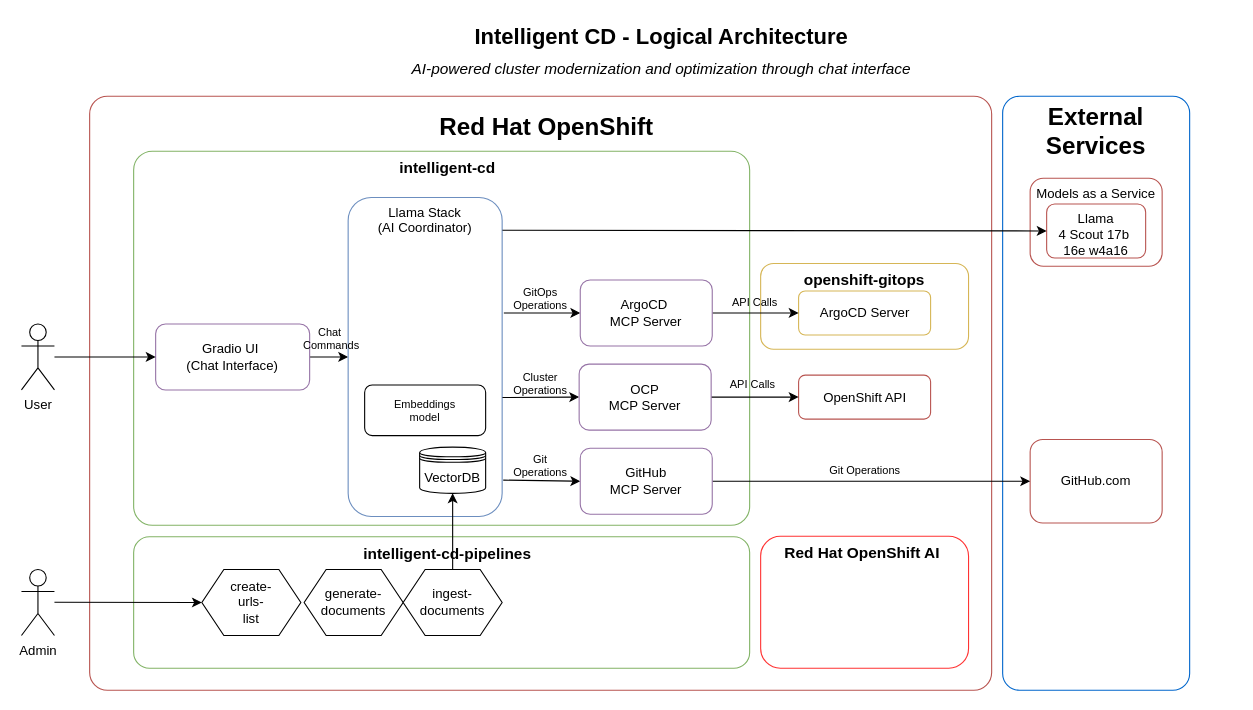
This is architecture.drawio from alvarolop/intelligent-cd, a draw.io file, before an edit. Source tidied: cells renumbered, new cells numbered last; positions are measured from the earlier drawing's top-left corner, leaving out a move shared by most shapes. Both pictures are drawn from the tidied source at 110%, with x=0, y=0 at pixel (21, 19).
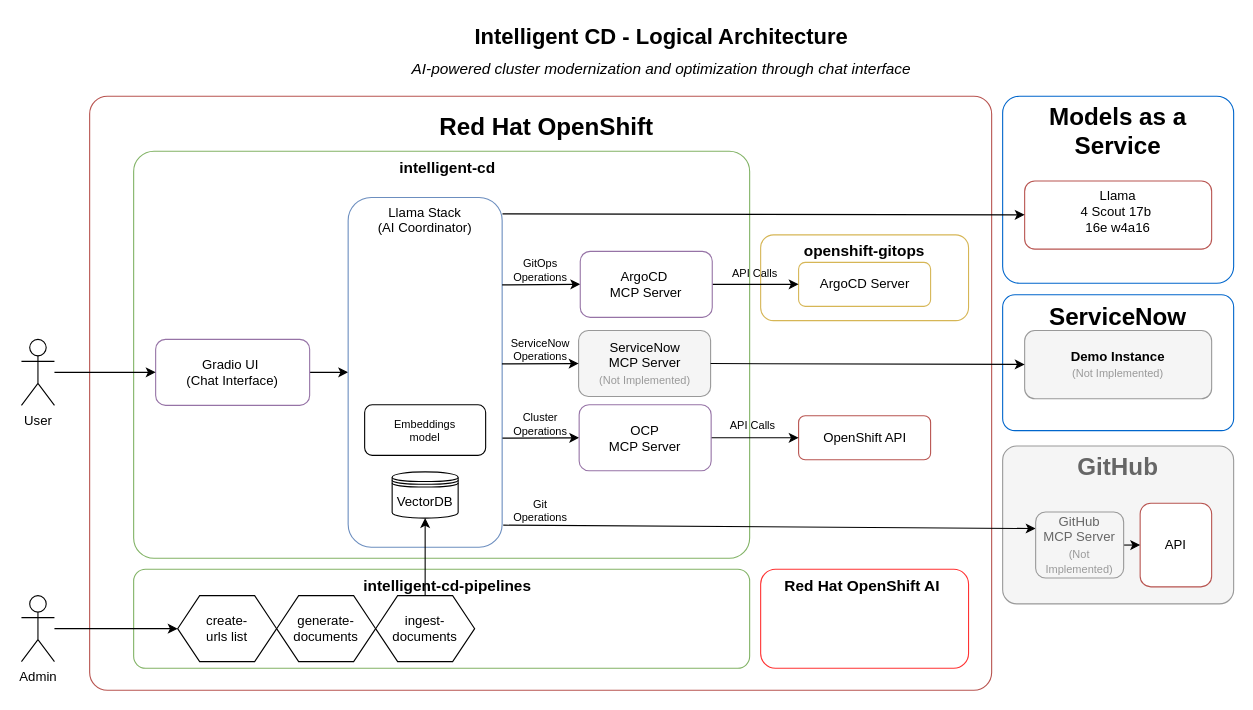
The same page after the edit.

Commit message (it also covers changes not shown here):
🎨 Improve the architecture diagram

Diff of the diagram source:
```diff
@@
+    <mxCell id="45" value="GitHub" style="rounded=1;whiteSpace=wrap;html=1;fillColor=#f5f5f5;strokeColor=#999999;fontSize=22;fontStyle=1;arcSize=9;verticalAlign=top;fontColor=#666666;" parent="1" vertex="1">
+      <mxGeometry x="892" y="388" width="210" height="143.5" as="geometry" />
+    </mxCell>
@@
     <mxCell id="3" value="intelligent-cd" style="rounded=1;whiteSpace=wrap;html=1;fillColor=#ffffff;strokeColor=#82b366;fontSize=14;fontStyle=1;align=center;verticalAlign=top;spacingLeft=11;arcSize=5;" parent="1" vertex="1">
-      <mxGeometry x="102" y="120" width="560" height="340" as="geometry" />
+      <mxGeometry x="102" y="120" width="560" height="370" as="geometry" />
     </mxCell>
     <mxCell id="4" value="openshift-gitops" style="rounded=1;whiteSpace=wrap;html=1;fillColor=#ffffff;strokeColor=#d6b656;fontSize=14;fontStyle=1;verticalAlign=top;" parent="1" vertex="1">
-      <mxGeometry x="672" y="222" width="189" height="78" as="geometry" />
+      <mxGeometry x="672" y="196" width="189" height="78" as="geometry" />
     </mxCell>
-    <mxCell id="5" value="External Services" style="rounded=1;whiteSpace=wrap;html=1;fillColor=#ffffff;strokeColor=#0066CC;fontSize=22;fontStyle=1;arcSize=9;verticalAlign=top;" parent="1" vertex="1">
-      <mxGeometry x="892" y="70" width="170" height="540" as="geometry" />
+    <mxCell id="5" value="Models as a Service" style="rounded=1;whiteSpace=wrap;html=1;fillColor=#ffffff;strokeColor=#0066CC;fontSize=22;fontStyle=1;arcSize=9;verticalAlign=top;" parent="1" vertex="1">
+      <mxGeometry x="892" y="70" width="210" height="170" as="geometry" />
     </mxCell>
@@
     <mxCell id="7" value="Gradio UI&amp;nbsp;&lt;div&gt;(Chat Interface)&lt;/div&gt;" style="rounded=1;whiteSpace=wrap;html=1;fillColor=#ffffff;strokeColor=#9673a6;fontSize=12;" parent="1" vertex="1">
-      <mxGeometry x="122" y="277" width="140" height="60" as="geometry" />
+      <mxGeometry x="122" y="291" width="140" height="60" as="geometry" />
     </mxCell>
-    <mxCell id="8" style="edgeStyle=none;html=1;exitX=1.007;exitY=0.886;exitDx=0;exitDy=0;entryX=0;entryY=0.5;entryDx=0;entryDy=0;exitPerimeter=0;" parent="1" edge="1" source="9" target="28">
-      <mxGeometry relative="1" as="geometry" />
+    <mxCell id="8" style="edgeStyle=none;html=1;exitX=1.007;exitY=0.886;exitDx=0;exitDy=0;entryX=0;entryY=0.25;entryDx=0;entryDy=0;exitPerimeter=0;" parent="1" edge="1" target="28">
+      <mxGeometry relative="1" as="geometry">
+        <mxPoint x="438" y="459.9" as="sourcePoint" />
+      </mxGeometry>
     </mxCell>
     <mxCell id="9" value="Llama Stack&#10;(AI Coordinator)" style="rounded=1;whiteSpace=wrap;html=1;fillColor=none;strokeColor=#6c8ebf;fontSize=12;verticalAlign=top;" parent="1" vertex="1">
-      <mxGeometry x="297" y="162" width="140" height="290" as="geometry" />
+      <mxGeometry x="297" y="162" width="140" height="318" as="geometry" />
     </mxCell>
     <mxCell id="10" value="ArgoCD Server" style="rounded=1;whiteSpace=wrap;html=1;fillColor=#ffffff;strokeColor=#d6b656;fontSize=12;" parent="1" vertex="1">
-      <mxGeometry x="706.5" y="247" width="120" height="40" as="geometry" />
+      <mxGeometry x="706.5" y="221" width="120" height="40" as="geometry" />
     </mxCell>
-    <mxCell id="11" value="GitHub.com" style="rounded=1;whiteSpace=wrap;html=1;fillColor=#ffffff;strokeColor=#b85450;fontSize=12;" parent="1" vertex="1">
-      <mxGeometry x="917" y="382" width="120" height="76" as="geometry" />
+    <mxCell id="11" value="API" style="rounded=1;whiteSpace=wrap;html=1;fillColor=#ffffff;strokeColor=#b85450;fontSize=12;" parent="1" vertex="1">
+      <mxGeometry x="1017" y="440" width="65" height="76" as="geometry" />
     </mxCell>
     <mxCell id="12" value="OpenShift API" style="rounded=1;whiteSpace=wrap;html=1;fillColor=#ffffff;strokeColor=#b85450;fontSize=12;" parent="1" vertex="1">
-      <mxGeometry x="706.5" y="323.5" width="120" height="40" as="geometry" />
+      <mxGeometry x="706.5" y="360.5" width="120" height="40" as="geometry" />
     </mxCell>
-    <mxCell id="13" style="endArrow=classic;html=1;rounded=0;exitX=1.011;exitY=0.362;exitDx=0;exitDy=0;entryX=0;entryY=0.5;entryDx=0;entryDy=0;exitPerimeter=0;" parent="1" edge="1" source="9" target="24">
+    <mxCell id="13" style="endArrow=classic;html=1;rounded=0;exitX=1;exitY=0.25;exitDx=0;exitDy=0;entryX=0;entryY=0.5;entryDx=0;entryDy=0;" parent="1" edge="1" source="9" target="24">
       <mxGeometry relative="1" as="geometry" />
     </mxCell>
@@
-    <mxCell id="16" value="Chat&amp;nbsp;&lt;div&gt;Commands&lt;/div&gt;" style="text;html=1;strokeColor=none;fillColor=none;align=center;verticalAlign=middle;whiteSpace=wrap;rounded=0;fontSize=10;" parent="1" vertex="1">
-      <mxGeometry x="242" y="280" width="80" height="20" as="geometry" />
-    </mxCell>
     <mxCell id="17" value="Cluster Operations" style="text;html=1;strokeColor=none;fillColor=none;align=center;verticalAlign=middle;whiteSpace=wrap;rounded=0;fontSize=10;" parent="1" vertex="1">
-      <mxGeometry x="432" y="321" width="80" height="20" as="geometry" />
+      <mxGeometry x="432" y="358" width="80" height="20" as="geometry" />
     </mxCell>
     <mxCell id="18" value="GitOps Operations" style="text;html=1;strokeColor=none;fillColor=none;align=center;verticalAlign=middle;whiteSpace=wrap;rounded=0;fontSize=10;" parent="1" vertex="1">
-      <mxGeometry x="432" y="244" width="80" height="20" as="geometry" />
+      <mxGeometry x="432" y="218" width="80" height="20" as="geometry" />
     </mxCell>
-    <mxCell id="19" value="Git Operations" style="text;html=1;strokeColor=none;fillColor=none;align=center;verticalAlign=middle;whiteSpace=wrap;rounded=0;fontSize=10;" parent="1" vertex="1">
-      <mxGeometry x="726.5" y="400" width="80" height="20" as="geometry" />
-    </mxCell>
     <mxCell id="20" value="API Calls" style="text;html=1;strokeColor=none;fillColor=none;align=center;verticalAlign=middle;whiteSpace=wrap;rounded=0;fontSize=10;" parent="1" vertex="1">
-      <mxGeometry x="624.5" y="322" width="80" height="20" as="geometry" />
+      <mxGeometry x="624.5" y="359" width="80" height="20" as="geometry" />
     </mxCell>
@@
     <mxCell id="24" value="&lt;span style=&quot;color: rgb(0, 0, 0);&quot;&gt;ArgoCD&amp;nbsp;&lt;/span&gt;&lt;div&gt;&lt;span style=&quot;color: rgb(0, 0, 0);&quot;&gt;MCP Server&lt;/span&gt;&lt;/div&gt;" style="rounded=1;whiteSpace=wrap;html=1;fillColor=#ffffff;strokeColor=#9673a6;fontSize=12;" parent="1" vertex="1">
-      <mxGeometry x="508" y="237" width="120" height="60" as="geometry" />
+      <mxGeometry x="508" y="211" width="120" height="60" as="geometry" />
     </mxCell>
     <mxCell id="25" value="API Calls" style="text;html=1;strokeColor=none;fillColor=none;align=center;verticalAlign=middle;whiteSpace=wrap;rounded=0;fontSize=10;" parent="1" vertex="1">
-      <mxGeometry x="626.5" y="247" width="80" height="20" as="geometry" />
+      <mxGeometry x="626.5" y="221" width="80" height="20" as="geometry" />
     </mxCell>
@@
     <mxCell id="27" value="User" style="shape=umlActor;verticalLabelPosition=bottom;verticalAlign=top;html=1;outlineConnect=0;" parent="1" vertex="1">
-      <mxGeometry y="277" width="30" height="60" as="geometry" />
+      <mxGeometry y="291" width="30" height="60" as="geometry" />
     </mxCell>
-    <mxCell id="28" value="&lt;div&gt;&lt;span style=&quot;color: rgb(0, 0, 0);&quot;&gt;GitHub&lt;/span&gt;&lt;div&gt;&lt;span style=&quot;color: rgb(0, 0, 0);&quot;&gt;MCP Server&lt;/span&gt;&lt;/div&gt;" style="rounded=1;whiteSpace=wrap;html=1;fillColor=#ffffff;strokeColor=#9673a6;fontSize=12;" parent="1" vertex="1">
-      <mxGeometry x="508" y="390" width="120" height="60" as="geometry" />
+    <mxCell id="28" value="&lt;div&gt;&lt;span style=&quot;color: rgb(102, 102, 102);&quot;&gt;GitHub&lt;/span&gt;&lt;div&gt;&lt;span style=&quot;color: rgb(102, 102, 102);&quot;&gt;MCP Server&lt;/span&gt;&lt;/div&gt;&lt;div&gt;&lt;span style=&quot;color: rgb(153, 153, 153); font-size: 10px;&quot;&gt;(Not Implemented)&lt;/span&gt;&lt;/div&gt;" style="rounded=1;whiteSpace=wrap;html=1;fillColor=#f5f5f5;strokeColor=#999999;fontSize=12;" parent="1" vertex="1">
+      <mxGeometry x="922" y="448" width="80" height="60" as="geometry" />
     </mxCell>
     <mxCell id="29" value="VectorDB" style="shape=datastore;whiteSpace=wrap;html=1;" parent="1" vertex="1">
-      <mxGeometry x="362" y="389" width="60" height="42" as="geometry" />
+      <mxGeometry x="337" y="411.5" width="60" height="42" as="geometry" />
     </mxCell>
-    <mxCell id="30" style="edgeStyle=none;html=1;exitX=1.002;exitY=0.627;exitDx=0;exitDy=0;entryX=0;entryY=0.5;entryDx=0;entryDy=0;exitPerimeter=0;" parent="1" edge="1" source="9" target="31">
-      <mxGeometry relative="1" as="geometry" />
+    <mxCell id="30" style="edgeStyle=none;html=1;exitX=1.002;exitY=0.627;exitDx=0;exitDy=0;entryX=0;entryY=0.5;entryDx=0;entryDy=0;exitPerimeter=0;" parent="1" edge="1" target="31">
+      <mxGeometry relative="1" as="geometry">
+        <mxPoint x="437.3" y="380.8" as="sourcePoint" />
+      </mxGeometry>
     </mxCell>
     <mxCell id="31" value="&lt;div&gt;&lt;span style=&quot;color: rgb(0, 0, 0);&quot;&gt;OCP&lt;/span&gt;&lt;/div&gt;&lt;div&gt;&lt;span style=&quot;color: rgb(0, 0, 0);&quot;&gt;MCP Server&lt;/span&gt;&lt;/div&gt;" style="rounded=1;whiteSpace=wrap;html=1;fillColor=#ffffff;strokeColor=#9673a6;fontSize=12;" parent="1" vertex="1">
-      <mxGeometry x="507" y="313.5" width="120" height="60" as="geometry" />
+      <mxGeometry x="507" y="350.5" width="120" height="60" as="geometry" />
     </mxCell>
-    <mxCell id="32" value="&lt;div style=&quot;&quot;&gt;&lt;span style=&quot;background-color: transparent;&quot;&gt;Models as a Service&lt;/span&gt;&lt;/div&gt;" style="rounded=1;whiteSpace=wrap;html=1;fillColor=#ffffff;strokeColor=#b85450;fontSize=12;align=center;verticalAlign=top;" parent="1" vertex="1">
-      <mxGeometry x="917" y="144.5" width="120" height="80" as="geometry" />
-    </mxCell>
     <mxCell id="33" value="&lt;div style=&quot;&quot;&gt;&lt;span style=&quot;background-color: transparent;&quot;&gt;Llama&lt;/span&gt;&lt;/div&gt;&lt;div style=&quot;&quot;&gt;&lt;span style=&quot;background-color: transparent;&quot;&gt;4 Scout 17b&amp;nbsp;&lt;/span&gt;&lt;/div&gt;&lt;div style=&quot;&quot;&gt;&lt;span style=&quot;background-color: transparent;&quot;&gt;16e w4a16&lt;/span&gt;&lt;/div&gt;" style="rounded=1;whiteSpace=wrap;html=1;fillColor=#ffffff;strokeColor=#b85450;fontSize=12;align=center;verticalAlign=top;" parent="1" vertex="1">
-      <mxGeometry x="932" y="168" width="90" height="49" as="geometry" />
+      <mxGeometry x="912" y="147" width="170" height="62" as="geometry" />
     </mxCell>
-    <mxCell id="34" style="endArrow=classic;html=1;rounded=0;exitX=1.002;exitY=0.103;exitDx=0;exitDy=0;exitPerimeter=0;" parent="1" edge="1" source="9" target="33">
-      <mxGeometry relative="1" as="geometry" />
+    <mxCell id="34" style="endArrow=classic;html=1;rounded=0;exitX=1.002;exitY=0.103;exitDx=0;exitDy=0;exitPerimeter=0;" parent="1" edge="1" target="33">
+      <mxGeometry relative="1" as="geometry">
+        <mxPoint x="437.3" y="176.9" as="sourcePoint" />
+      </mxGeometry>
     </mxCell>
     <mxCell id="35" value="Admin" style="shape=umlActor;verticalLabelPosition=bottom;verticalAlign=top;html=1;outlineConnect=0;" parent="1" vertex="1">
-      <mxGeometry y="500.2" width="30" height="60" as="geometry" />
+      <mxGeometry y="524" width="30" height="60" as="geometry" />
     </mxCell>
     <mxCell id="36" value="&lt;span style=&quot;color: rgb(0, 0, 0);&quot;&gt;Red Hat OpenShift AI&amp;nbsp;&lt;/span&gt;" style="rounded=1;whiteSpace=wrap;html=1;fillColor=none;strokeColor=#FF3333;fontSize=14;fontStyle=1;verticalAlign=top;" parent="1" vertex="1">
-      <mxGeometry x="672" y="470" width="189" height="120" as="geometry" />
+      <mxGeometry x="672" y="500" width="189" height="90" as="geometry" />
     </mxCell>
     <mxCell id="37" value="intelligent-cd-pipelines" style="rounded=1;whiteSpace=wrap;html=1;fillColor=#ffffff;strokeColor=#82b366;fontSize=14;fontStyle=1;align=center;verticalAlign=top;spacingLeft=11;arcSize=12;" parent="1" vertex="1">
-      <mxGeometry x="102" y="470.5" width="560" height="119.5" as="geometry" />
+      <mxGeometry x="102" y="500" width="560" height="90" as="geometry" />
     </mxCell>
-    <mxCell id="38" style="edgeStyle=none;html=1;entryX=0;entryY=0.5;entryDx=0;entryDy=0;" parent="1" edge="1" target="40">
-      <mxGeometry relative="1" as="geometry">
-        <mxPoint x="30" y="530" as="sourcePoint" />
-      </mxGeometry>
+    <mxCell id="38" style="edgeStyle=none;html=1;entryX=0;entryY=0.5;entryDx=0;entryDy=0;" parent="1" edge="1" source="35" target="40">
+      <mxGeometry relative="1" as="geometry" />
     </mxCell>
@@
-    <mxCell id="40" value="create-&lt;div&gt;urls-&lt;/div&gt;&lt;div&gt;list&lt;/div&gt;" style="shape=hexagon;perimeter=hexagonPerimeter2;whiteSpace=wrap;html=1;fixedSize=1;" parent="1" vertex="1">
-      <mxGeometry x="164" y="500.2" width="90" height="60" as="geometry" />
+    <mxCell id="40" value="create-&lt;div&gt;urls&amp;nbsp;&lt;span style=&quot;background-color: transparent;&quot;&gt;list&lt;/span&gt;&lt;/div&gt;" style="shape=hexagon;perimeter=hexagonPerimeter2;whiteSpace=wrap;html=1;fixedSize=1;" parent="1" vertex="1">
+      <mxGeometry x="142" y="524" width="90" height="60" as="geometry" />
     </mxCell>
     <mxCell id="41" value="generate-&lt;div&gt;documents&lt;/div&gt;" style="shape=hexagon;perimeter=hexagonPerimeter2;whiteSpace=wrap;html=1;fixedSize=1;" parent="1" vertex="1">
-      <mxGeometry x="257" y="500.2" width="90" height="60" as="geometry" />
+      <mxGeometry x="232" y="524" width="90" height="60" as="geometry" />
     </mxCell>
     <mxCell id="42" value="ingest-&lt;div&gt;documents&lt;/div&gt;" style="shape=hexagon;perimeter=hexagonPerimeter2;whiteSpace=wrap;html=1;fixedSize=1;" parent="1" vertex="1">
-      <mxGeometry x="347" y="500.2" width="90" height="60" as="geometry" />
+      <mxGeometry x="322" y="524" width="90" height="60" as="geometry" />
     </mxCell>
     <mxCell id="43" value="&lt;div&gt;Embeddings&lt;/div&gt;&lt;div&gt;model&lt;/div&gt;" style="rounded=1;whiteSpace=wrap;html=1;fillColor=#ffffff;strokeColor=#000000;fontSize=10;align=center;verticalAlign=middle;" parent="1" vertex="1">
-      <mxGeometry x="312" y="332.5" width="110" height="46" as="geometry" />
+      <mxGeometry x="312" y="350.5" width="110" height="46" as="geometry" />
     </mxCell>
     <mxCell id="44" value="Git&lt;div&gt;Operations&lt;/div&gt;" style="text;html=1;strokeColor=none;fillColor=none;align=center;verticalAlign=middle;whiteSpace=wrap;rounded=0;fontSize=10;" parent="1" vertex="1">
-      <mxGeometry x="432" y="396" width="80" height="20" as="geometry" />
+      <mxGeometry x="432" y="437" width="80" height="20" as="geometry" />
     </mxCell>
+    <mxCell id="46" value="ServiceNow" style="rounded=1;whiteSpace=wrap;html=1;fillColor=#ffffff;strokeColor=#0066CC;fontSize=22;fontStyle=1;arcSize=9;verticalAlign=top;" parent="1" vertex="1">
+      <mxGeometry x="892" y="250.5" width="210" height="123.5" as="geometry" />
+    </mxCell>
+    <mxCell id="47" value="&lt;div style=&quot;&quot;&gt;Demo Instance&lt;br&gt;&lt;span style=&quot;color: rgb(153, 153, 153); font-size: 10px; font-weight: 400;&quot;&gt;(Not Implemented)&lt;/span&gt;&lt;/div&gt;" style="rounded=1;whiteSpace=wrap;html=1;fillColor=#f5f5f5;strokeColor=#999999;fontSize=12;align=center;verticalAlign=middle;fontStyle=1;fontFamily=Helvetica;fontColor=default;" parent="1" vertex="1">
+      <mxGeometry x="912" y="283" width="170" height="62" as="geometry" />
+    </mxCell>
+    <mxCell id="48" value="&lt;div&gt;&lt;span style=&quot;color: rgb(0, 0, 0);&quot;&gt;ServiceNow&lt;/span&gt;&lt;/div&gt;&lt;div&gt;&lt;span style=&quot;color: rgb(0, 0, 0);&quot;&gt;MCP Server&lt;br&gt;&lt;span style=&quot;color: rgb(153, 153, 153); font-size: 10px;&quot;&gt;(Not Implemented)&lt;/span&gt;&lt;/span&gt;&lt;/div&gt;" style="rounded=1;whiteSpace=wrap;html=1;fillColor=#f5f5f5;strokeColor=#999999;fontSize=12;align=center;verticalAlign=middle;fontFamily=Helvetica;fontColor=default;" parent="1" vertex="1">
+      <mxGeometry x="506.5" y="283" width="120" height="60" as="geometry" />
+    </mxCell>
+    <mxCell id="49" style="edgeStyle=none;html=1;exitX=1.002;exitY=0.627;exitDx=0;exitDy=0;entryX=0;entryY=0.5;entryDx=0;entryDy=0;exitPerimeter=0;" parent="1" edge="1" target="48">
+      <mxGeometry relative="1" as="geometry">
+        <mxPoint x="436.8" y="313.3" as="sourcePoint" />
+      </mxGeometry>
+    </mxCell>
+    <mxCell id="50" style="edgeStyle=none;html=1;exitX=1;exitY=0.5;exitDx=0;exitDy=0;" parent="1" edge="1" source="48" target="47">
+      <mxGeometry relative="1" as="geometry" />
+    </mxCell>
+    <mxCell id="51" value="ServiceNow Operations" style="text;html=1;strokeColor=none;fillColor=none;align=center;verticalAlign=middle;whiteSpace=wrap;rounded=0;fontSize=10;" parent="1" vertex="1">
+      <mxGeometry x="432" y="290.2" width="80" height="20" as="geometry" />
+    </mxCell>
```
